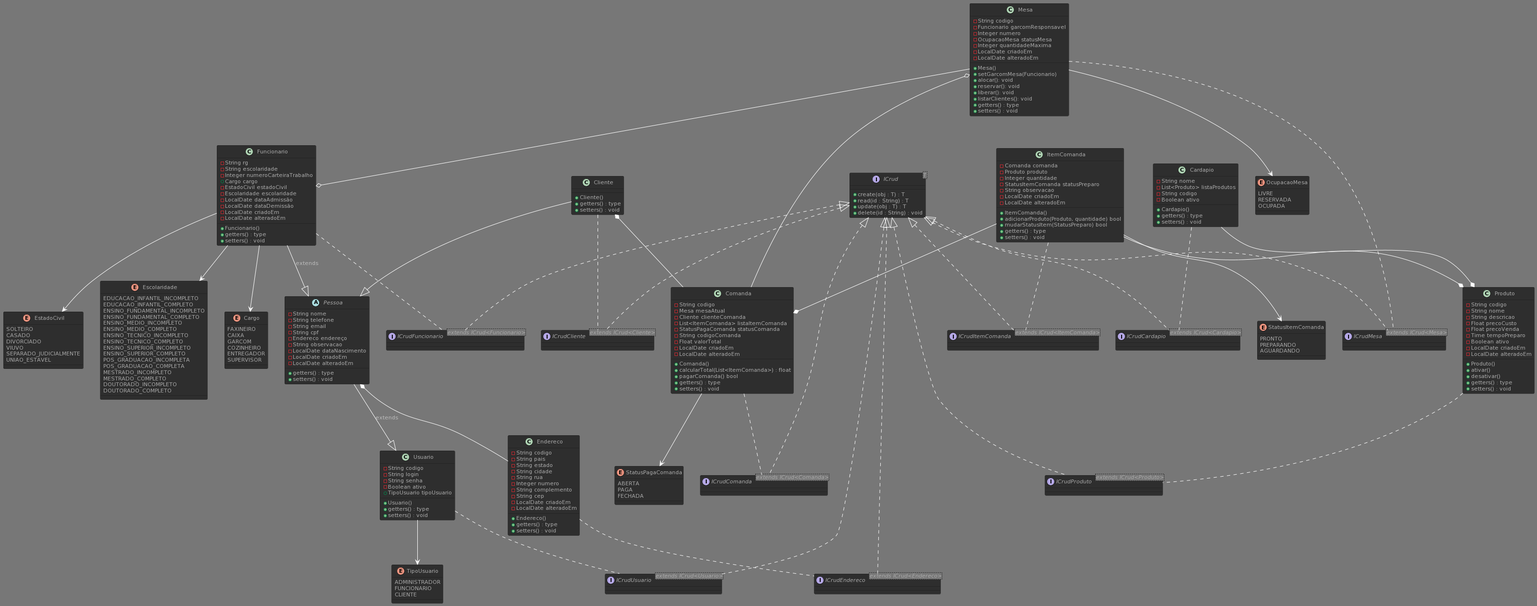
Before: diagrams/4_PlantUML_rendered.png, a diagram exported from PlantUML (tiagospeckart/restaurante).
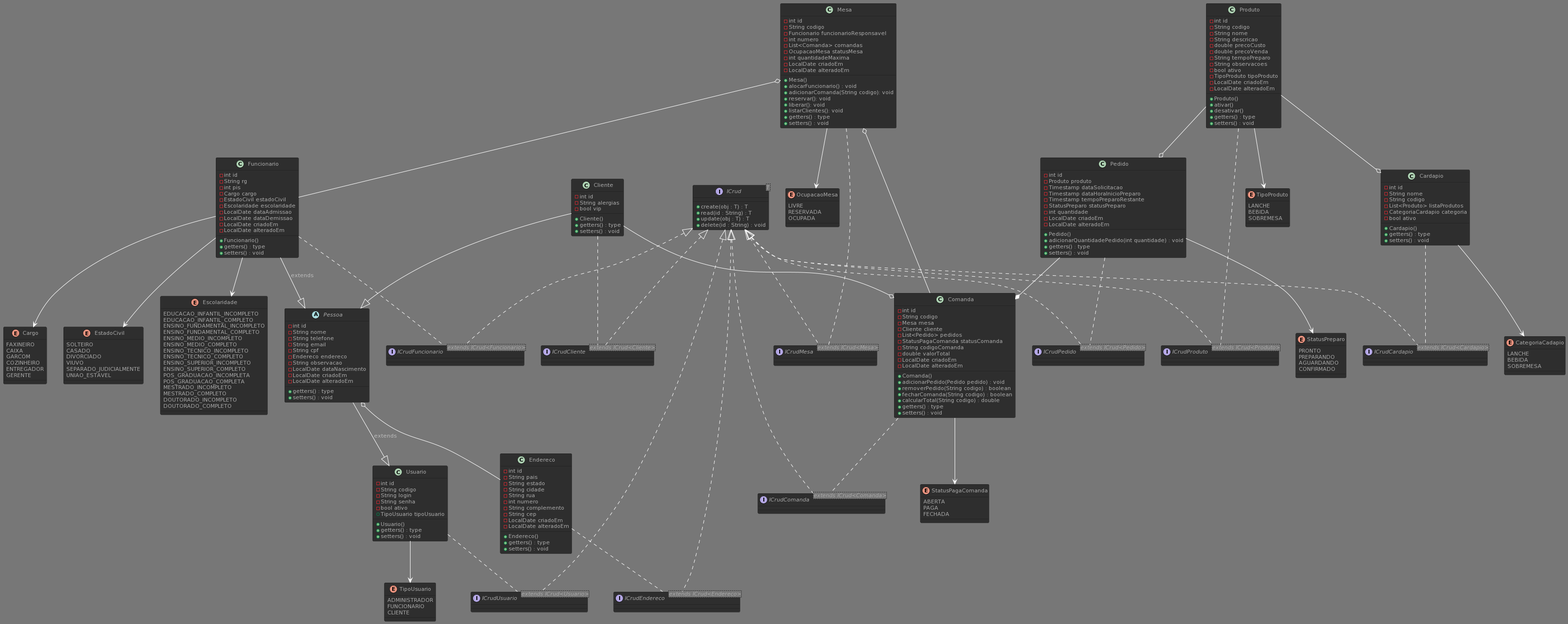
After the commit.

Commit message:
last diagrams review

What changed in the source:
```diff
@@ -2,176 +2,203 @@
 !theme reddress-darkblue
 
 class Usuario {
-  -String codigo
-  -String login
-  -String senha
-  -Boolean ativo
-  +TipoUsuario tipoUsuario
-  +Usuario()
-	+getters() : type
-	+setters() : void
+    -int id
+    -String codigo
+    -String login
+    -String senha
+    -bool ativo
+    +TipoUsuario tipoUsuario
+
+    +Usuario()
+    +getters() : type
+    +setters() : void
 }
 
 abstract class Pessoa {
-	-String nome
-	-String telefone
-	-String email
-	-String cpf
-	-Endereco endereço
-	-String observacao
-	-LocalDate dataNascimento
-	-LocalDate criadoEm
-	-LocalDate alteradoEm
-	+getters() : type
-	+setters() : void
+    -int id
+    -String nome
+    -String telefone
+    -String email
+    -String cpf
+    -Endereco endereco
+    -String observacao
+    -LocalDate dataNascimento
+    -LocalDate criadoEm
+    -LocalDate alteradoEm
+
+    +getters() : type
+    +setters() : void
 }
 
 class Cliente {
-	+Cliente()
-	+getters() : type
-	+setters() : void
+    -int id
+    -String alergias
+    -bool vip
+
+    +Cliente()
+    +getters() : type
+    +setters() : void
 }
 
 class Funcionario {
-	-String rg
-	-String escolaridade
-	-Integer numeroCarteiraTrabalho
-	+Cargo cargo
-	-EstadoCivil estadoCivil
-	-Escolaridade escolaridade
-	-LocalDate dataAdmissão
-	-LocalDate dataDemissão
-	-LocalDate criadoEm
-	-LocalDate alteradoEm
-	+Funcionario()
-	+getters() : type
-	+setters() : void
+    -int id
+    -String rg
+    -int pis
+    -Cargo cargo
+    -EstadoCivil estadoCivil
+    -Escolaridade escolaridade
+    -LocalDate dataAdmissao
+    -LocalDate dataDemissao
+    -LocalDate criadoEm
+    -LocalDate alteradoEm
+
+    +Funcionario()
+    +getters() : type
+    +setters() : void
 }
 
 class Endereco {
-  -String codigo
-	-String pais
-	-String estado
-	-String cidade
-	-String rua
-	-Integer numero
-	-String complemento
-	-String cep
-	-LocalDate criadoEm
-	-LocalDate alteradoEm
-	+Endereco()
-	+getters() : type
-	+setters() : void
+    -int id
+    -String pais
+    -String estado
+    -String cidade
+    -String rua
+    -int numero
+    -String complemento
+    -String cep
+    -LocalDate criadoEm
+    -LocalDate alteradoEm
+
+    +Endereco()
+    +getters() : type
+    +setters() : void
 }
 
 class Mesa {
-  -String codigo
-	-Funcionario garcomResponsavel
-	-Integer numero
-	-OcupacaoMesa statusMesa
-	-Integer quantidadeMaxima
-	-LocalDate criadoEm
-	-LocalDate alteradoEm
-	+Mesa()
-	+setGarcomMesa(Funcionario)
-	+alocar(): void
-	+reservar(): void
-	+liberar(): void
-	+listarClientes(): void
-	+getters() : type
-	+setters() : void
+    -int id
+    -String codigo
+    -Funcionario funcionarioResponsavel
+    -int numero
+    -List<Comanda> comandas
+    -OcupacaoMesa statusMesa
+    -int quantidadeMaxima
+    -LocalDate criadoEm
+    -LocalDate alteradoEm
+
+    +Mesa()
+    +alocarFuncionario() : void
+    +adicionarComanda(String codigo): void
+    +reservar(): void
+    +liberar(): void
+    +listarClientes(): void
+    +getters() : type
+    +setters() : void
+}
+
+class Pedido {
+    -int id
+    -Produto produto
+    -Timestamp dataSolicitacao
+    -Timestamp dataHoraInicioPreparo
+    -Timestamp tempoPreparoRestante
+    -StatusPreparo statusPreparo
+    -int quantidade
+    -LocalDate criadoEm
+    -LocalDate alteradoEm
+
+    +Pedido()
+    +adicionarQuantidadePedido(int quantidade) : void
+    +getters() : type
+    +setters() : void
 }
 
 class Comanda {
-  -String codigo
-	-Mesa mesaAtual
-	-Cliente clienteComanda
-	-List<ItemComanda> listaItemComanda
-	-StatusPagaComanda statusComanda
-	-String codigoComanda
-	-Float valorTotal
-	-LocalDate criadoEm
-	-LocalDate alteradoEm
-	+Comanda()
-	+calcularTotal(List<ItemComanda>) : float
-	+pagarComanda() bool
-	+getters() : type
-	+setters() : void
+    -int id
+    -String codigo
+    -Mesa mesa
+    -Cliente cliente
+    -List<Pedido> pedidos
+    -StatusPagaComanda statusComanda
+    -String codigoComanda
+    -double valorTotal
+    -LocalDate criadoEm
+    -LocalDate alteradoEm
+
+    +Comanda()
+    +adicionarPedido(Pedido pedido) : void
+    +removerPedido(String codigo) : boolean
+    +fecharComanda(String codigo) : boolean
+    +calcularTotal(String codigo) : double
+    +getters() : type
+    +setters() : void
 }
 
 class Produto {
-  -String codigo
-	-String nome
-	-String descricao
-	-Float precoCusto
-	-Float precoVenda
-	-Time tempoPreparo
-	-Boolean ativo
-	-LocalDate criadoEm
-	-LocalDate alteradoEm
-	+Produto()
-	+ativar()
-	+desativar()
-	+getters() : type
-	+setters() : void
-}
+    -int id
+    -String codigo
+    -String nome
+    -String descricao
+    -double precoCusto
+    -double precoVenda
+    -String tempoPreparo
+    -String observacoes
+    -bool ativo
+    -TipoProduto tipoProduto
+    -LocalDate criadoEm
+    -LocalDate alteradoEm
 
-class ItemComanda {
-	-Comanda comanda
-	-Produto produto
-	-Integer quantidade
-	-StatusItemComanda statusPreparo
-	-String observacao
-	-LocalDate criadoEm
-	-LocalDate alteradoEm
-	+ItemComanda()
-	+adicionarProduto(Produto, quantidade) bool
-	+mudarStatusItem(StatusPreparo) bool
-	+getters() : type
-	+setters() : void
+    +Produto()
+    +ativar()
+    +desativar()
+    +getters() : type
+    +setters() : void
 }
 
 class Cardapio {
-	-String nome
-	-List<Produto> listaProdutos
-	-String codigo
-	-Boolean ativo
-	+Cardapio()
-	+getters() : type
-	+setters() : void
+    -int id
+    -String nome
+    -String codigo
+    -List<Produto> listaProdutos
+    -CategoriaCardapio categoria
+    -bool ativo
+
+    +Cardapio()
+    +getters() : type
+    +setters() : void
 }
 
 enum OcupacaoMesa {
-	LIVRE
-	RESERVADA
-	OCUPADA
+    LIVRE
+    RESERVADA
+    OCUPADA
 }
 
-enum StatusItemComanda {
-	PRONTO
-	PREPARANDO
-	AGUARDANDO
+enum StatusPreparo {
+    PRONTO
+    PREPARANDO
+    AGUARDANDO
+    CONFIRMADO
 }
 
 enum StatusPagaComanda {
-	ABERTA
-	PAGA
-	FECHADA
+    ABERTA
+    PAGA
+    FECHADA
 }
 
 enum TipoUsuario {
-	ADMINISTRADOR
-	FUNCIONARIO
-	CLIENTE
+    ADMINISTRADOR
+    FUNCIONARIO
+    CLIENTE
 }
 
 enum Cargo {
-  	FAXINEIRO
-	CAIXA
-	GARCOM
-	COZINHEIRO
-	ENTREGADOR
-	SUPERVISOR
+    FAXINEIRO
+    CAIXA
+    GARCOM
+    COZINHEIRO
+    ENTREGADOR
+    GERENTE
 }
 
 enum EstadoCivil {
@@ -184,7 +211,7 @@
 }
 
 enum Escolaridade {
-  EDUCACAO_INFANTIL_INCOMPLETO
+    EDUCACAO_INFANTIL_INCOMPLETO
     EDUCACAO_INFANTIL_COMPLETO
     ENSINO_FUNDAMENTAL_INCOMPLETO
     ENSINO_FUNDAMENTAL_COMPLETO
@@ -202,39 +229,34 @@
     DOUTORADO_COMPLETO
 }
 
-interface ICrud<T> {
-  +create(obj : T) : T
-  +read(id : String) : T
-  +update(obj : T) : T
-  +delete(id : String) : void
+enum TipoProduto {
+    LANCHE
+    BEBIDA
+    SOBREMESA
 }
 
-interface ICrudUsuario<extends ICrud<Usuario>> {
+enum CategoriaCadapio{
+    LANCHE
+    BEBIDA
+    SOBREMESA
 }
 
-interface ICrudCliente<extends ICrud<Cliente>> {
+interface ICrud<T> {
+    +create(obj : T) : T
+    +read(id : String) : T
+    +update(obj : T) : T
+    +delete(id : String) : void
 }
 
-interface ICrudFuncionario<extends ICrud<Funcionario>> {
-}
-
-interface ICrudEndereco<extends ICrud<Endereco>> {
-}
-
-interface ICrudMesa<extends ICrud<Mesa>> {
-}
-
-interface ICrudComanda<extends ICrud<Comanda>> {
-}
-
-interface ICrudProduto<extends ICrud<Produto>> {
-}
-
-interface ICrudItemComanda<extends ICrud<ItemComanda>> {
-}
-
-interface ICrudCardapio<extends ICrud<Cardapio>> {
-}
+interface ICrudUsuario<extends ICrud<Usuario>> {}
+interface ICrudCliente<extends ICrud<Cliente>> {}
+interface ICrudFuncionario<extends ICrud<Funcionario>> {}
+interface ICrudEndereco<extends ICrud<Endereco>> {}
+interface ICrudMesa<extends ICrud<Mesa>> {}
+interface ICrudComanda<extends ICrud<Comanda>> {}
+interface ICrudProduto<extends ICrud<Produto>> {}
+interface ICrudPedido<extends ICrud<Pedido>> {}
+interface ICrudCardapio<extends ICrud<Cardapio>> {}
 
 ICrud <|.. ICrudUsuario
 ICrud <|.. ICrudCliente
@@ -243,7 +265,7 @@
 ICrud <|.. ICrudMesa
 ICrud <|.. ICrudComanda
 ICrud <|.. ICrudProduto
-ICrud <|.. ICrudItemComanda
+ICrud <|.. ICrudPedido
 ICrud <|.. ICrudCardapio
 
 Usuario .. ICrudUsuario
@@ -253,12 +275,12 @@
 Mesa .. ICrudMesa
 Comanda .. ICrudComanda
 Produto .. ICrudProduto
-ItemComanda .. ICrudItemComanda
+Pedido .. ICrudPedido
 Cardapio .. ICrudCardapio
 
 Usuario --> TipoUsuario
 Pessoa --|> Usuario : extends
-Pessoa *-- Endereco
+Pessoa o-- Endereco
 Funcionario --|> Pessoa : extends
 Funcionario --> Cargo
 Funcionario --> EstadoCivil
@@ -267,10 +289,12 @@
 Mesa --> OcupacaoMesa
 Comanda --> StatusPagaComanda
 Mesa o-- Comanda
-Mesa --o Funcionario
-Cliente *-- Comanda
-ItemComanda --> StatusItemComanda
-ItemComanda --* Produto
-ItemComanda --* Comanda
-Cardapio --* Produto
+Mesa o-- Funcionario
+Cliente --o Comanda
+Pedido --> StatusPreparo
+Pedido --* Comanda
+Produto --o Cardapio
+Produto --> TipoProduto
+Produto --o Pedido
+Cardapio --> CategoriaCadapio
 @enduml
```
